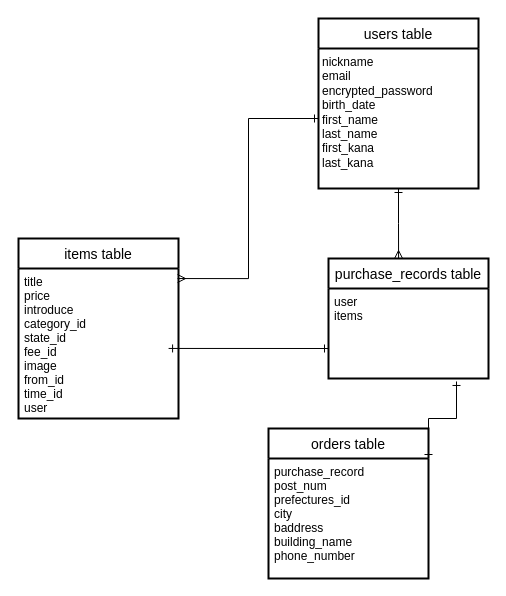
This is er.dio from tomi-moto/furima-35525, a draw.io file, before an edit. Source tidied: cells renumbered, new cells numbered last; positions are measured from the earlier drawing's top-left corner, leaving out a move shared by most shapes. Both pictures are drawn from the tidied source at 100%, with x=0, y=0 at pixel (18, 18).
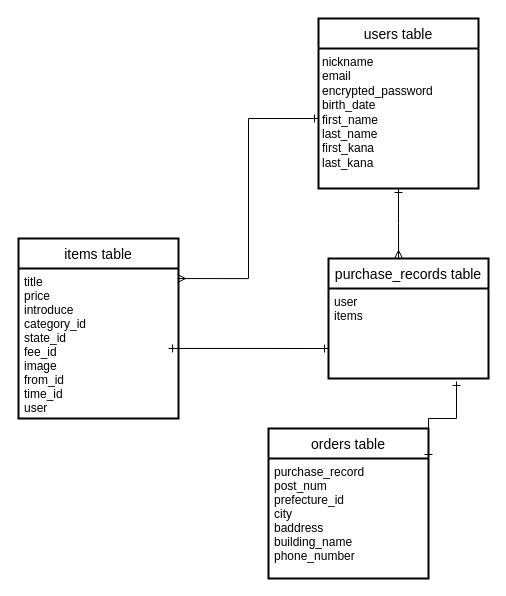
The same page after the edit.

Diff of the diagram source:
```diff
@@
 <mxGraphModel>
   <root>
     <mxCell id="0" />
     <mxCell id="1" parent="0" />
     <mxCell id="2" value="users table" style="swimlane;horizontal=1;startSize=30;rounded=1;fontSize=14;fontStyle=0;strokeWidth=2;shadow=0;dashed=0;align=center;arcSize=0;verticalAlign=middle;" parent="1" vertex="1">
       <mxGeometry x="300" width="160" height="170" as="geometry" />
     </mxCell>
     <mxCell id="3" value="nickname&lt;br&gt;email&lt;br&gt;encrypted_password&lt;br&gt;birth_date&lt;br&gt;first_name&lt;br&gt;last_name&lt;br&gt;first_kana&lt;br&gt;last_kana" style="text;html=1;align=left;verticalAlign=top;points=[];spacingLeft=2;" parent="2" vertex="1">
       <mxGeometry y="30" width="160" height="140" as="geometry" />
     </mxCell>
     <mxCell id="4" value="items table" style="swimlane;horizontal=1;startSize=30;rounded=1;fontSize=14;fontStyle=0;strokeWidth=2;shadow=0;dashed=0;align=center;arcSize=0;" parent="1" vertex="1">
       <mxGeometry y="220" width="160" height="180" as="geometry" />
     </mxCell>
     <mxCell id="5" value="title&#10;price&#10;introduce&#10;category_id&#10;state_id&#10;fee_id&#10;image&#10;from_id&#10;time_id&#10;user" style="align=left;strokeColor=none;fillColor=none;spacingLeft=4;fontSize=12;verticalAlign=top;" parent="4" vertex="1">
       <mxGeometry y="30" width="160" height="150" as="geometry" />
     </mxCell>
     <mxCell id="6" value="orders table" style="swimlane;horizontal=1;startSize=30;rounded=1;fontSize=14;fontStyle=0;strokeWidth=2;shadow=0;dashed=0;align=center;arcSize=0;" parent="1" vertex="1">
       <mxGeometry x="250" y="410" width="160" height="150" as="geometry" />
     </mxCell>
-    <mxCell id="7" value="purchase_record&#10;post_num&#10;prefectures_id&#10;city&#10;baddress&#10;building_name&#10;phone_number&#10;" style="align=left;strokeColor=none;fillColor=none;spacingLeft=4;fontSize=12;verticalAlign=top;" parent="6" vertex="1">
+    <mxCell id="7" value="purchase_record&#10;post_num&#10;prefecture_id&#10;city&#10;baddress&#10;building_name&#10;phone_number&#10;" style="align=left;strokeColor=none;fillColor=none;spacingLeft=4;fontSize=12;verticalAlign=top;" parent="6" vertex="1">
       <mxGeometry y="30" width="160" height="120" as="geometry" />
     </mxCell>
     <mxCell id="8" style="edgeStyle=orthogonalEdgeStyle;rounded=0;jettySize=auto;html=1;exitX=0;exitY=0.75;exitDx=0;exitDy=0;entryX=0.938;entryY=0.533;entryDx=0;entryDy=0;entryPerimeter=0;startArrow=ERone;startFill=0;endArrow=ERone;endFill=0;" parent="1" edge="1" source="9" target="5">
       <mxGeometry relative="1" as="geometry" />
     </mxCell>
     <mxCell id="9" value="purchase_records table" style="swimlane;horizontal=1;startSize=30;rounded=1;fontSize=14;fontStyle=0;strokeWidth=2;shadow=0;dashed=0;align=center;arcSize=0;" parent="1" vertex="1">
       <mxGeometry x="310" y="240" width="160" height="120" as="geometry" />
     </mxCell>
     <mxCell id="10" value="user&#10;items&#10;" style="align=left;strokeColor=none;fillColor=none;spacingLeft=4;fontSize=12;verticalAlign=top;" parent="9" vertex="1">
       <mxGeometry y="30" width="160" height="90" as="geometry" />
     </mxCell>
     <mxCell id="11" style="edgeStyle=orthogonalEdgeStyle;rounded=0;jettySize=auto;html=1;entryX=0.438;entryY=0;entryDx=0;entryDy=0;entryPerimeter=0;startArrow=ERone;startFill=0;endArrow=ERmany;endFill=0;" parent="1" edge="1" source="3" target="9">
       <mxGeometry relative="1" as="geometry" />
     </mxCell>
     <mxCell id="12" style="edgeStyle=orthogonalEdgeStyle;rounded=0;jettySize=auto;html=1;entryX=0.994;entryY=0.067;entryDx=0;entryDy=0;entryPerimeter=0;startArrow=ERone;startFill=0;endArrow=ERmany;endFill=0;" parent="1" edge="1" source="3" target="5">
       <mxGeometry relative="1" as="geometry" />
     </mxCell>
     <mxCell id="13" style="edgeStyle=orthogonalEdgeStyle;rounded=0;jettySize=auto;html=1;exitX=1;exitY=0;exitDx=0;exitDy=0;entryX=0.8;entryY=1.033;entryDx=0;entryDy=0;entryPerimeter=0;startArrow=ERone;startFill=0;endArrow=ERone;endFill=0;" parent="1" edge="1" source="7" target="10">
       <mxGeometry relative="1" as="geometry" />
     </mxCell>
   </root>
 </mxGraphModel>
```
